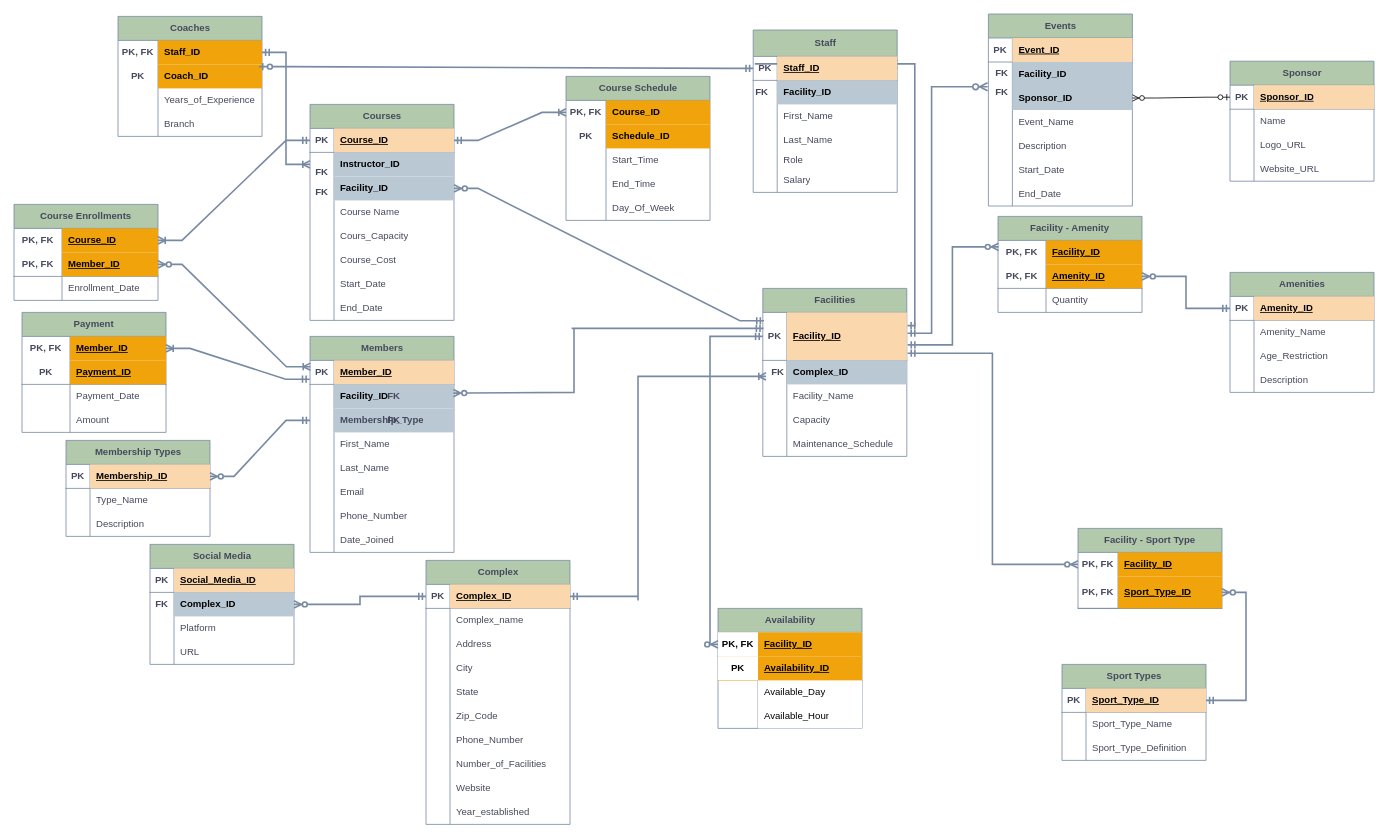
This is cardinality/cardinality.drawio from PloKoon68/Sport-Complexes-Management-System-Database, a draw.io file, before an edit. Source tidied: cells renumbered, new cells numbered last; positions are measured from the earlier drawing's top-left corner, leaving out a move shared by most shapes. Both pictures are drawn from the tidied source at 80%, with x=0, y=0 at pixel (14, 14).
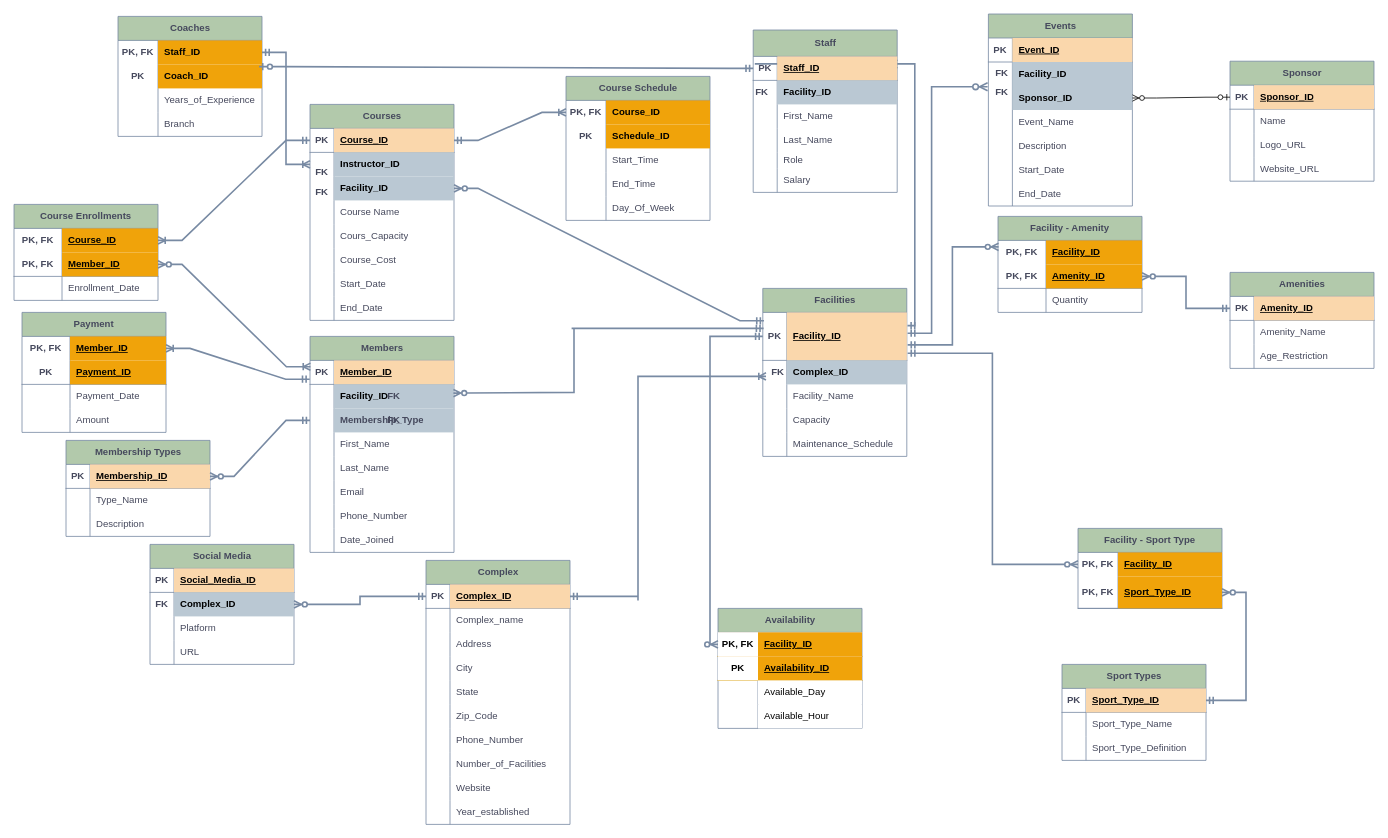
The same page after the edit.

The edit, as a diff of the source:
```diff
@@
     <mxCell id="47" value="Amenities" style="shape=table;startSize=30;childLayout=tableLayout;rowLines=0;fontStyle=1;align=center;html=1;labelBackgroundColor=none;fillColor=#B2C9AB;strokeColor=#788AA3;fontColor=#46495D;" parent="1" vertex="1">
-      <mxGeometry x="1520" y="323" width="180" height="150" as="geometry" />
+      <mxGeometry x="1520" y="323" width="180" height="120" as="geometry" />
     </mxCell>
@@
-    <mxCell id="57" style="shape=tableRow;horizontal=0;startSize=0;swimlaneHead=0;swimlaneBody=0;fillColor=none;top=0;left=0;right=0;bottom=0;labelBackgroundColor=none;strokeColor=#788AA3;fontColor=#46495D;" parent="47" vertex="1">
-      <mxGeometry y="120" width="180" height="30" as="geometry" />
-    </mxCell>
-    <mxCell id="58" style="shape=partialRectangle;fillColor=none;top=0;left=0;bottom=0;right=0;overflow=hidden;whiteSpace=wrap;html=1;labelBackgroundColor=none;strokeColor=#788AA3;fontColor=#46495D;" parent="57" vertex="1">
-      <mxGeometry width="30" height="30" as="geometry" />
-    </mxCell>
-    <mxCell id="59" value="Description" style="shape=partialRectangle;fillColor=none;top=0;left=0;bottom=0;right=0;align=left;spacingLeft=6;overflow=hidden;whiteSpace=wrap;html=1;labelBackgroundColor=none;strokeColor=#788AA3;fontColor=#46495D;" parent="57" vertex="1">
-      <mxGeometry x="30" width="150" height="30" as="geometry" />
-    </mxCell>
```
